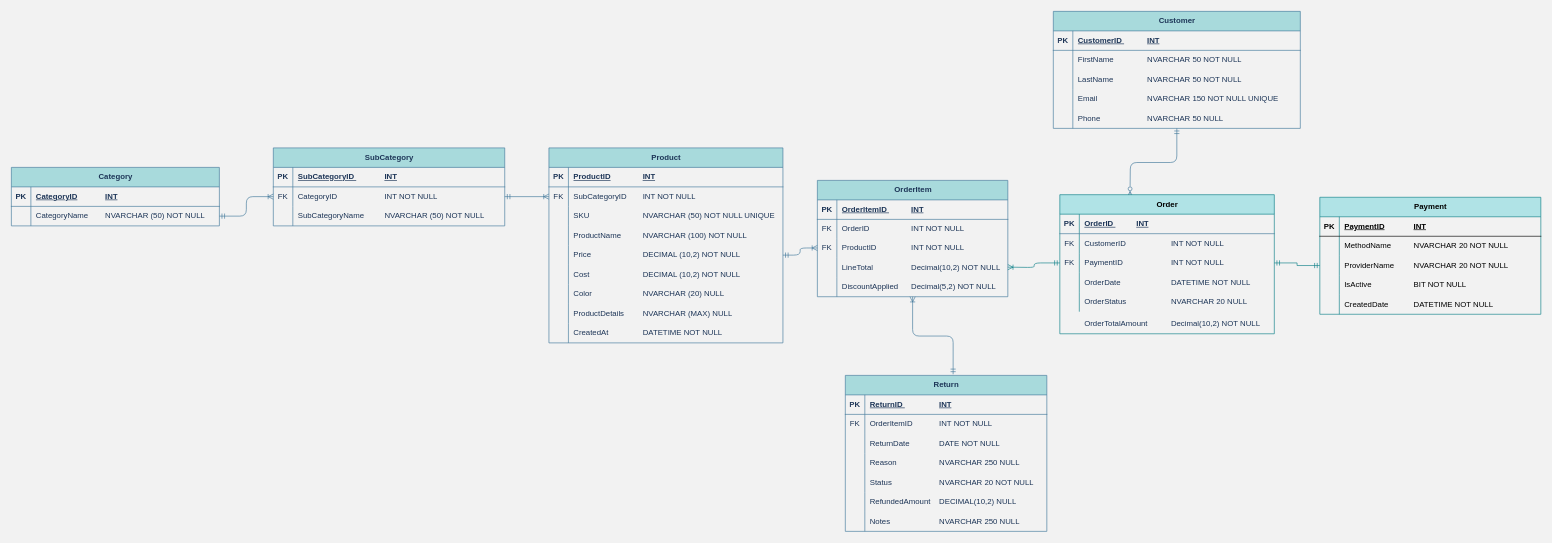
dargys/KimmosLektion keeps this draw.io diagram as page "Fysiska" (2 of 2) of NetOnNet.drawio. Above is the earlier version. Source tidied: cells renumbered, new cells numbered last; positions are measured from the earlier drawing's top-left corner, leaving out a move shared by most shapes. Both pictures are drawn from the tidied source at 65%, with x=0, y=0 at pixel (11, 11).
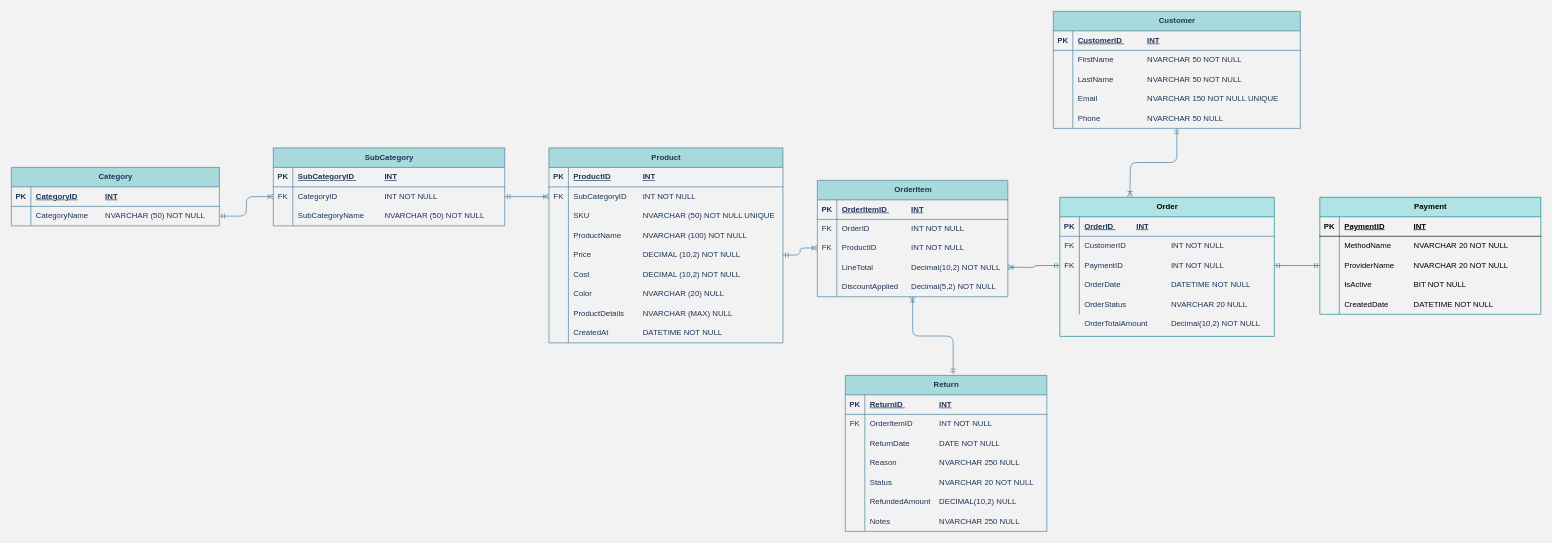
After the change.

Commit message (it also covers changes not shown here):
Update NetOnNet.drawio to correct edge styles and adjust geometry positions

The change refers to these unchanged cells:
```xml
<mxCell id="90" value="Customer" style="shape=table;startSize=30;childLayout=tableLayout;rowLines=0;fontStyle=1;align=center;html=1;strokeColor=#457B9D;fontColor=#1D3557;fillColor=#A8DADC;labelBackgroundColor=none;" parent="1" vertex="1">
  <mxGeometry x="1603" width="380" height="180" as="geometry" />
</mxCell>
```

The edit, as a diff of the source:
```diff
@@
-    <mxCell id="89" style="edgeStyle=orthogonalEdgeStyle;jettySize=auto;html=1;entryX=0.5;entryY=0;entryDx=0;entryDy=0;strokeColor=#457B9D;fontColor=default;startArrow=ERmandOne;startFill=0;endArrow=ERzeroToMany;endFill=0;labelBackgroundColor=none;" parent="1" edge="1" source="90">
+    <mxCell id="89" style="edgeStyle=orthogonalEdgeStyle;jettySize=auto;html=1;entryX=0.5;entryY=0;entryDx=0;entryDy=0;strokeColor=#457B9D;fontColor=default;startArrow=ERmandOne;startFill=0;endArrow=ERoneToMany;endFill=0;labelBackgroundColor=none;" parent="1" edge="1" source="90">
       <mxGeometry relative="1" as="geometry">
         <mxPoint x="1721" y="285" as="targetPoint" />
       </mxGeometry>
     </mxCell>
@@
     <mxCell id="124" value="Order" style="shape=table;startSize=30;childLayout=tableLayout;rowLines=0;fontStyle=1;align=center;html=1;strokeColor=#0e8088;fillColor=#b0e3e6;labelBackgroundColor=none;" parent="1" vertex="1">
-      <mxGeometry x="1613" y="282" width="330" height="214" as="geometry" />
+      <mxGeometry x="1613" y="286" width="330" height="214" as="geometry" />
     </mxCell>
```
